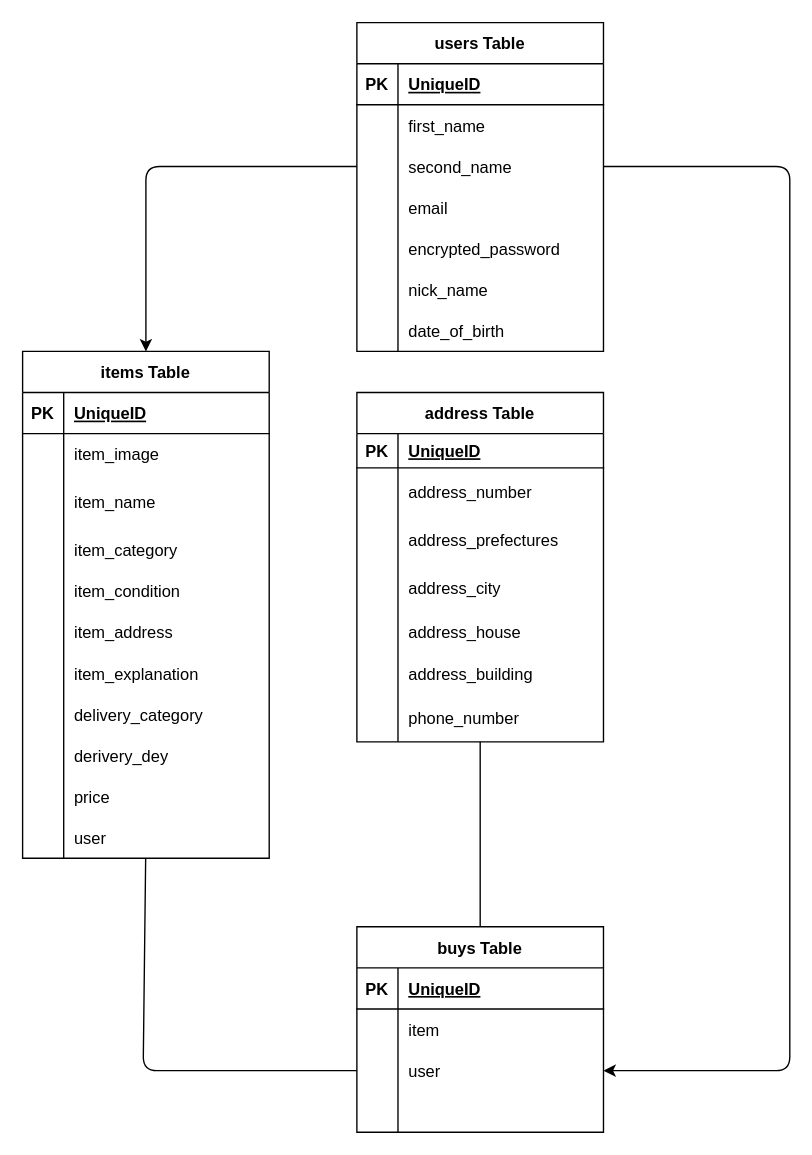
This is furima.dio from gotoshingo/furima-38095, a draw.io file, before an edit. Source tidied: cells renumbered, new cells numbered last; positions are measured from the earlier drawing's top-left corner, leaving out a move shared by most shapes. Both pictures are drawn from the tidied source at 137%, with x=0, y=0 at pixel (22, 22).
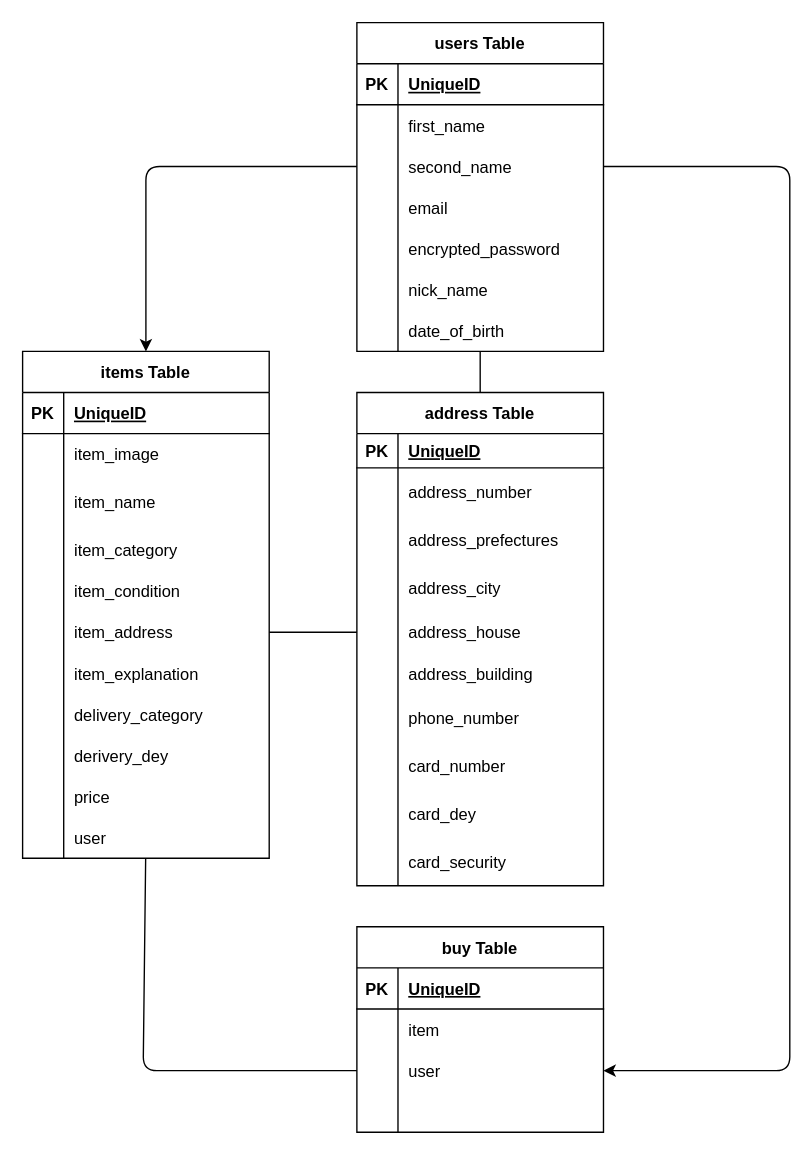
The same page after the edit.

Commit message (it also covers changes not shown here):
Revert "Merge pull request #14 from gotoshingo/DB設計"

This reverts commit d349e98997caf0b55a99c5d4d80083fdec0261b2, reversing
changes made to 9f84a23ceae44e74f076afbcbbbb56b71a078f98.

Unchanged cells that the change refers to:
```xml
<mxCell id="3" value="users Table" style="shape=table;startSize=30;childLayout=tableLayout;rowLines=0;fontStyle=1;align=center;fontFamily=Helvetica;" parent="1" vertex="1">
  <mxGeometry x="244" width="180" height="240" as="geometry" />
</mxCell>
<mxCell id="54" style="shape=partialRectangle;fillColor=none;top=0;left=0;bottom=0;right=0;points=[[0,0.5],[1,0.5]];portConstraint=eastwest;" parent="38" vertex="1">
  <mxGeometry y="190" width="180" height="30" as="geometry" />
</mxCell>
<mxCell id="85" style="shape=partialRectangle;fillColor=none;top=0;left=0;bottom=0;right=0;points=[[0,0.5],[1,0.5]];portConstraint=eastwest;" parent="72" vertex="1">
  <mxGeometry y="160" width="180" height="30" as="geometry" />
</mxCell>
<mxCell id="91" style="shape=partialRectangle;fillColor=none;top=0;left=0;bottom=0;right=0;points=[[0,0.5],[1,0.5]];portConstraint=eastwest;" parent="72" vertex="1">
  <mxGeometry y="220" width="180" height="35" as="geometry" />
</mxCell>
```

Diff of the diagram source:
```diff
@@
-    <mxCell id="25" value="buys Table" style="shape=table;startSize=30;childLayout=tableLayout;rowLines=0;fontStyle=1;align=center;" parent="1" vertex="1">
+    <mxCell id="25" value="buy Table" style="shape=table;startSize=30;childLayout=tableLayout;rowLines=0;fontStyle=1;align=center;" parent="1" vertex="1">
       <mxGeometry x="244" y="660" width="180" height="150" as="geometry" />
     </mxCell>
@@
     <mxCell id="72" value="address Table" style="shape=table;startSize=30;childLayout=tableLayout;rowLines=0;fontStyle=1;align=center;" parent="1" vertex="1">
-      <mxGeometry x="244" y="270" width="180" height="255" as="geometry" />
+      <mxGeometry x="244" y="270" width="180" height="360" as="geometry" />
     </mxCell>
@@
+    <mxCell id="97" style="shape=partialRectangle;fillColor=none;top=0;left=0;bottom=0;right=0;" parent="72" vertex="1">
+      <mxGeometry y="255" width="180" height="35" as="geometry" />
+    </mxCell>
+    <mxCell id="98" style="shape=partialRectangle;fillColor=none;top=0;left=0;bottom=0;right=0;overflow=hidden;" parent="97" vertex="1">
+      <mxGeometry width="30" height="35" as="geometry" />
+    </mxCell>
+    <mxCell id="99" value="card_number" style="shape=partialRectangle;fillColor=none;top=0;left=0;bottom=0;right=0;align=left;spacingLeft=6;overflow=hidden;" parent="97" vertex="1">
+      <mxGeometry x="30" width="150" height="35" as="geometry" />
+    </mxCell>
+    <mxCell id="100" style="shape=partialRectangle;fillColor=none;top=0;left=0;bottom=0;right=0;" parent="72" vertex="1">
+      <mxGeometry y="290" width="180" height="35" as="geometry" />
+    </mxCell>
+    <mxCell id="101" style="shape=partialRectangle;fillColor=none;top=0;left=0;bottom=0;right=0;overflow=hidden;" parent="100" vertex="1">
+      <mxGeometry width="30" height="35" as="geometry" />
+    </mxCell>
+    <mxCell id="102" value="card_dey" style="shape=partialRectangle;fillColor=none;top=0;left=0;bottom=0;right=0;align=left;spacingLeft=6;overflow=hidden;" parent="100" vertex="1">
+      <mxGeometry x="30" width="150" height="35" as="geometry" />
+    </mxCell>
+    <mxCell id="103" style="shape=partialRectangle;fillColor=none;top=0;left=0;bottom=0;right=0;" parent="72" vertex="1">
+      <mxGeometry y="325" width="180" height="35" as="geometry" />
+    </mxCell>
+    <mxCell id="104" style="shape=partialRectangle;fillColor=none;top=0;left=0;bottom=0;right=0;overflow=hidden;" parent="103" vertex="1">
+      <mxGeometry width="30" height="35" as="geometry" />
+    </mxCell>
+    <mxCell id="105" value="card_security" style="shape=partialRectangle;fillColor=none;top=0;left=0;bottom=0;right=0;align=left;spacingLeft=6;overflow=hidden;" parent="103" vertex="1">
+      <mxGeometry x="30" width="150" height="35" as="geometry" />
+    </mxCell>
@@
+    <mxCell id="106" style="endArrow=none;html=1;fontFamily=Helvetica;entryX=0.5;entryY=0;entryDx=0;entryDy=0;exitX=0.5;exitY=1;exitDx=0;exitDy=0;" parent="1" edge="1" source="3" target="72">
+      <mxGeometry relative="1" as="geometry" />
+    </mxCell>
@@
-    <mxCell id="96" style="endArrow=none;html=1;fontFamily=Helvetica;exitX=0.5;exitY=0;exitDx=0;exitDy=0;" parent="1" edge="1" source="25" target="91">
-      <mxGeometry relative="1" as="geometry" />
-    </mxCell>
+    <mxCell id="107" style="endArrow=none;html=1;fontFamily=Helvetica;entryX=0;entryY=0.5;entryDx=0;entryDy=0;exitX=1;exitY=0.5;exitDx=0;exitDy=0;" parent="1" edge="1" source="54" target="85">
+      <mxGeometry relative="1" as="geometry" />
+    </mxCell>
```
